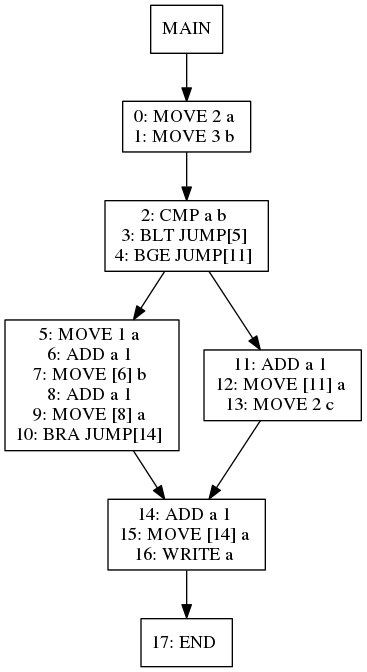
The Graphviz diagram viz/test012.dot.png in jiahanwang/PL241-Compiler, before a commit. Its source is kept beside it as viz/test012.dot.
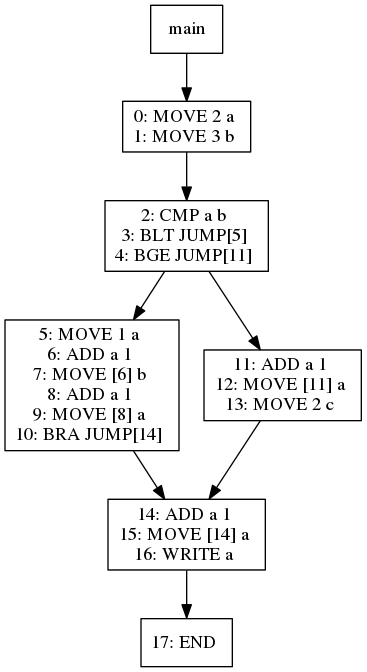
After the change.

Change to the diagram source:
```diff
@@ -1,35 +1,35 @@
 digraph test012 {
 node [shape=box]
-1[label="MAIN"]
-1 -> 3
-3[label="0: MOVE 2 a
+199[label="main"]
+199 -> 201
+201[label="0: MOVE 2 a
 1: MOVE 3 b
 "]
-3 -> 5
-5[label="2: CMP a b
+201 -> 203
+203[label="2: CMP a b
 3: BLT JUMP[5]
 4: BGE JUMP[11]
 "]
-5 -> 7
-7[label="5: MOVE 1 a
+203 -> 205
+205[label="5: MOVE 1 a
 6: ADD a 1
 7: MOVE [6] b
 8: ADD a 1
 9: MOVE [8] a
 10: BRA JUMP[14]
 "]
-7 -> 6
-6[label="14: ADD a 1
+205 -> 204
+204[label="14: ADD a 1
 15: MOVE [14] a
 16: WRITE a
 "]
-6 -> 14
-14[label="17: END
+204 -> 212
+212[label="17: END
 "]
-5 -> 10
-10[label="11: ADD a 1
+203 -> 208
+208[label="11: ADD a 1
 12: MOVE [11] a
 13: MOVE 2 c
 "]
-10 -> 6
+208 -> 204
 }
```
